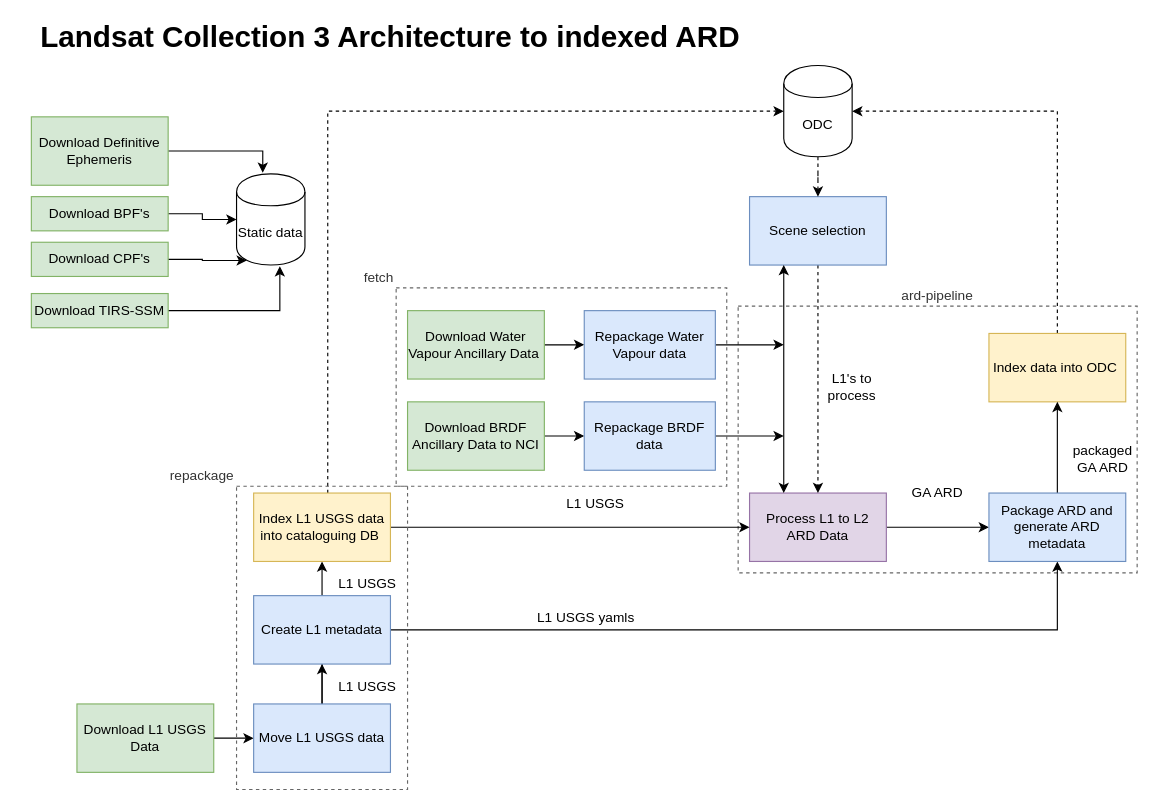
This is collection3/c3dataflow.drawio from dunkgray/dea-document-images, a draw.io file, before an edit. Source tidied: cells renumbered, new cells numbered last; positions are measured from the earlier drawing's top-left corner, leaving out a move shared by most shapes. Both pictures are drawn from the tidied source at 114%, with x=0, y=0 at pixel (19, 25).
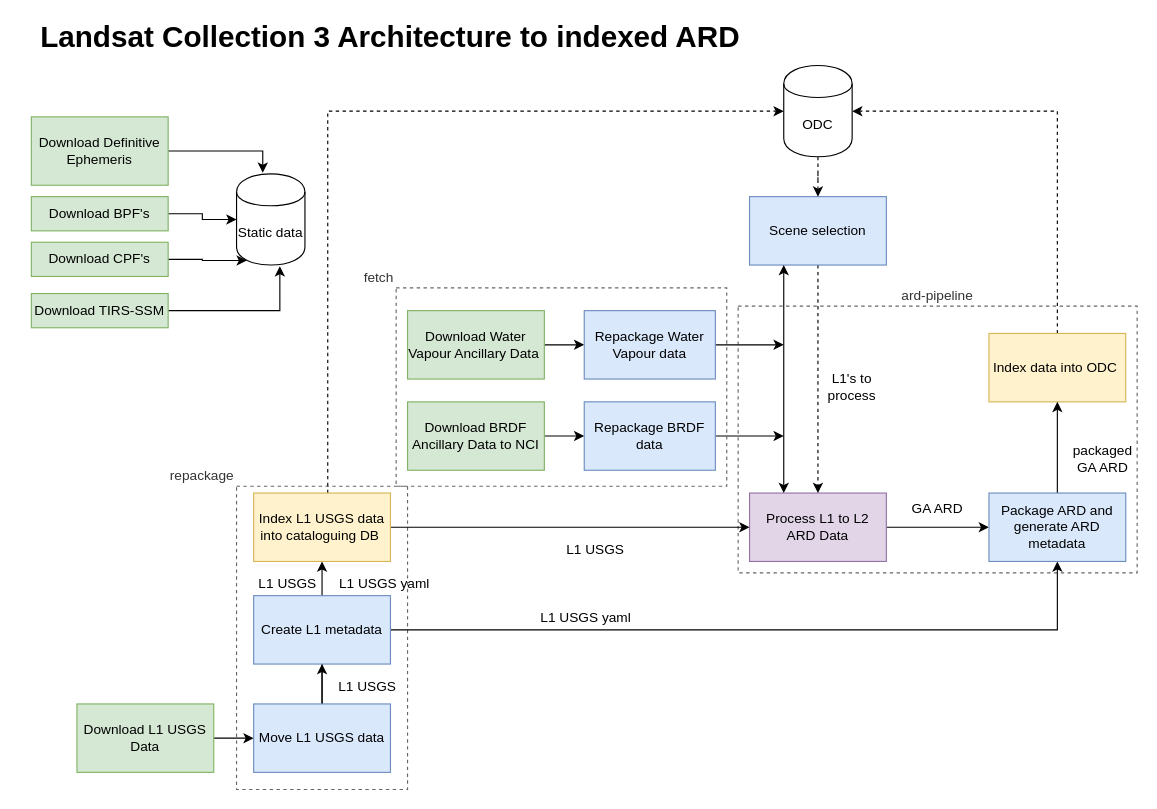
The same diagram, later.

Commit message (it also covers changes not shown here):
update diagram for la c2-based ARD processing

Change to the diagram source:
```diff
@@
+    <mxCell id="49" value="repackage" style="rounded=0;whiteSpace=wrap;html=1;glass=0;fillColor=none;fontColor=#333333;strokeColor=#666666;dashed=1;labelPosition=left;verticalLabelPosition=top;align=right;verticalAlign=bottom;" parent="1" vertex="1">
+      <mxGeometry x="190" y="404" width="150" height="266" as="geometry" />
+    </mxCell>
@@
     <mxCell id="32" value="GA ARD" style="text;html=1;strokeColor=none;fillColor=none;align=center;verticalAlign=middle;whiteSpace=wrap;rounded=0;" parent="1" vertex="1">
-      <mxGeometry x="770" y="390" width="70" height="40" as="geometry" />
+      <mxGeometry x="770" y="404" width="70" height="40" as="geometry" />
     </mxCell>
@@
     <mxCell id="38" value="L1 USGS" style="text;html=1;strokeColor=none;fillColor=none;align=center;verticalAlign=middle;whiteSpace=wrap;rounded=0;" parent="1" vertex="1">
-      <mxGeometry x="470" y="410" width="70" height="20" as="geometry" />
+      <mxGeometry x="470" y="450" width="70" height="20" as="geometry" />
     </mxCell>
@@
-    <mxCell id="41" value="L1 USGS" style="text;html=1;strokeColor=none;fillColor=none;align=center;verticalAlign=middle;whiteSpace=wrap;rounded=0;" parent="1" vertex="1">
-      <mxGeometry x="270" y="480" width="70" height="20" as="geometry" />
+    <mxCell id="41" value="L1 USGS yaml" style="text;html=1;strokeColor=none;fillColor=none;align=center;verticalAlign=middle;whiteSpace=wrap;rounded=0;" parent="1" vertex="1">
+      <mxGeometry x="270" y="480" width="100" height="20" as="geometry" />
     </mxCell>
-    <mxCell id="42" value="&amp;nbsp;L1 USGS yamls" style="text;html=1;strokeColor=none;fillColor=none;align=center;verticalAlign=middle;whiteSpace=wrap;rounded=0;" parent="1" vertex="1">
+    <mxCell id="42" value="&amp;nbsp;L1 USGS yaml" style="text;html=1;strokeColor=none;fillColor=none;align=center;verticalAlign=middle;whiteSpace=wrap;rounded=0;" parent="1" vertex="1">
       <mxGeometry x="420" y="510" width="150" height="20" as="geometry" />
     </mxCell>
@@
-    <mxCell id="49" value="repackage" style="rounded=0;whiteSpace=wrap;html=1;glass=0;fillColor=none;fontColor=#333333;strokeColor=#666666;dashed=1;labelPosition=left;verticalLabelPosition=top;align=right;verticalAlign=bottom;" parent="1" vertex="1">
-      <mxGeometry x="190" y="404" width="150" height="266" as="geometry" />
-    </mxCell>
@@
+    <mxCell id="52" value="L1 USGS" style="text;html=1;strokeColor=none;fillColor=none;align=center;verticalAlign=middle;whiteSpace=wrap;rounded=0;" parent="1" vertex="1">
+      <mxGeometry x="200" y="480" width="70" height="20" as="geometry" />
+    </mxCell>
```
